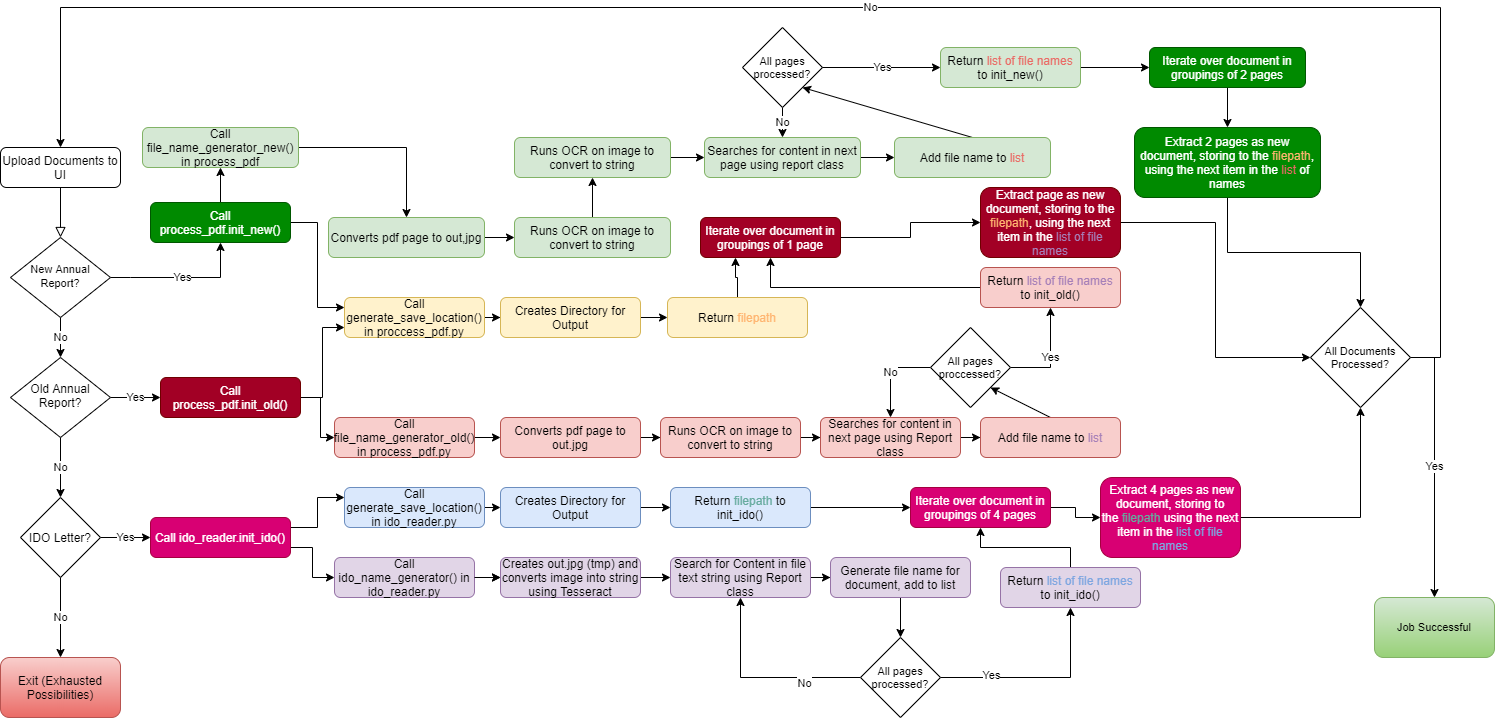
dgp3sy/pdf_app keeps this draw.io diagram as Flowchart.png. Above is the earlier version. Source tidied: cells renumbered, new cells last; positions are measured from the earlier drawing's top-left corner, leaving out a move shared by most shapes.
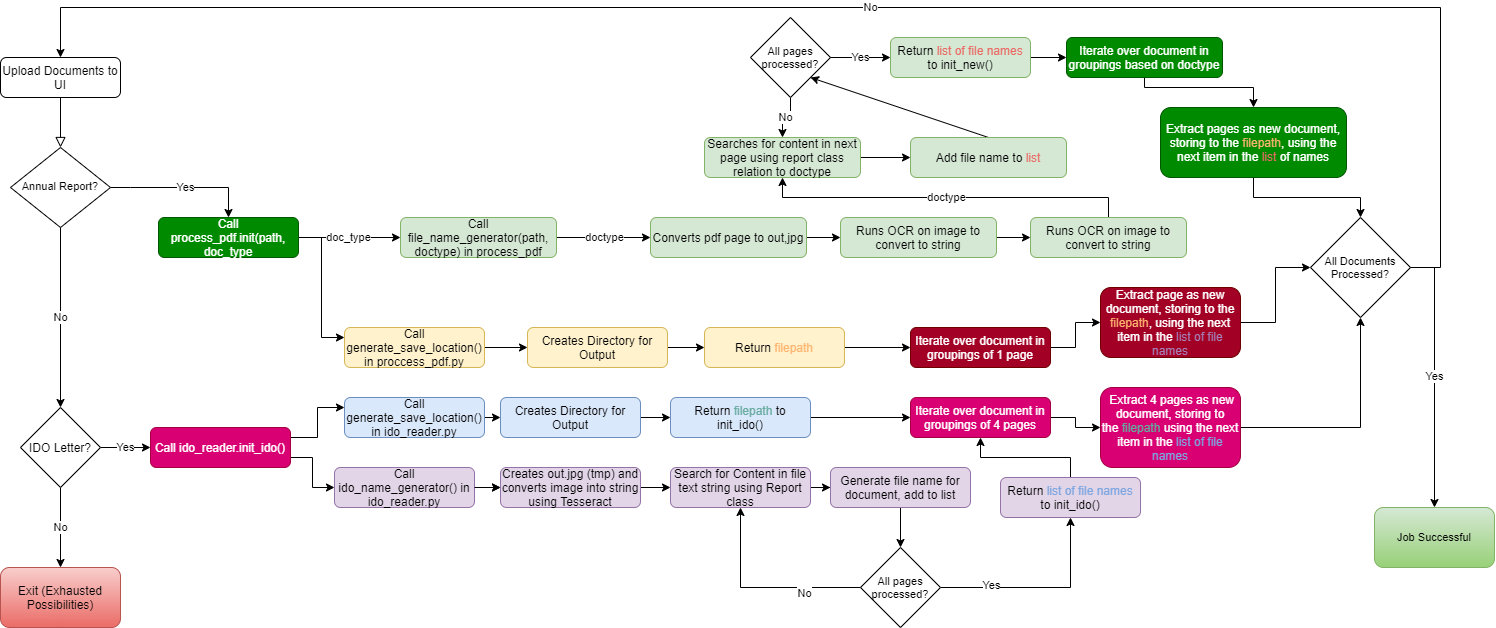
Above is the later version.

Change to the diagram source:
```diff
@@ -18,9 +18,9 @@
     </mxCell>
-    <mxCell id="5" value="No" style="edgeStyle=orthogonalEdgeStyle;rounded=0;jettySize=auto;html=1;" parent="1" edge="1" source="6" target="28">
+    <mxCell id="5" value="No" style="edgeStyle=orthogonalEdgeStyle;rounded=0;jettySize=auto;html=1;entryX=0.5;entryY=0;entryDx=0;entryDy=0;" parent="1" edge="1" source="6" target="48">
       <mxGeometry relative="1" as="geometry" />
     </mxCell>
-    <mxCell id="6" value="&lt;font style=&quot;font-size: 11px&quot;&gt;New Annual Report?&lt;/font&gt;" style="rhombus;whiteSpace=wrap;html=1;shadow=0;fontFamily=Helvetica;fontSize=12;align=center;strokeWidth=1;spacing=6;spacingTop=-4;" parent="1" vertex="1">
+    <mxCell id="6" value="&lt;font style=&quot;font-size: 11px&quot;&gt;Annual Report?&lt;/font&gt;" style="rhombus;whiteSpace=wrap;html=1;shadow=0;fontFamily=Helvetica;fontSize=12;align=center;strokeWidth=1;spacing=6;spacingTop=-4;" parent="1" vertex="1">
       <mxGeometry x="10" y="230" width="100" height="80" as="geometry" />
     </mxCell>
-    <mxCell id="7" style="edgeStyle=orthogonalEdgeStyle;rounded=0;jettySize=auto;html=1;fontSize=11;" parent="1" edge="1" source="9" target="11">
+    <mxCell id="7" value="doc_type" style="edgeStyle=orthogonalEdgeStyle;rounded=0;jettySize=auto;html=1;fontSize=11;exitX=1;exitY=0.5;exitDx=0;exitDy=0;" parent="1" edge="1" source="9" target="11">
       <mxGeometry relative="1" as="geometry" />
@@ -30,10 +30,10 @@
     </mxCell>
-    <mxCell id="9" value="Call process_pdf.init_new()" style="rounded=1;whiteSpace=wrap;html=1;fontSize=12;glass=0;strokeWidth=1;shadow=0;fillColor=#008a00;strokeColor=#005700;fontColor=#ffffff;" parent="1" vertex="1">
-      <mxGeometry x="150" y="195" width="140" height="40" as="geometry" />
+    <mxCell id="9" value="Call process_pdf.init(path, doc_type" style="rounded=1;whiteSpace=wrap;html=1;fontSize=12;glass=0;strokeWidth=1;shadow=0;fillColor=#008a00;strokeColor=#005700;fontColor=#ffffff;" parent="1" vertex="1">
+      <mxGeometry x="158" y="300" width="140" height="40" as="geometry" />
     </mxCell>
-    <mxCell id="10" style="edgeStyle=orthogonalEdgeStyle;rounded=0;jettySize=auto;html=1;fontSize=11;" parent="1" edge="1" source="11" target="13">
+    <mxCell id="10" value="doctype" style="edgeStyle=orthogonalEdgeStyle;rounded=0;jettySize=auto;html=1;fontSize=11;exitX=1;exitY=0.5;exitDx=0;exitDy=0;" parent="1" edge="1" source="11" target="13">
       <mxGeometry relative="1" as="geometry" />
     </mxCell>
-    <mxCell id="11" value="Call&lt;br&gt;file_name_generator_new() in process_pdf" style="rounded=1;whiteSpace=wrap;html=1;fontSize=12;glass=0;strokeWidth=1;shadow=0;fillColor=#d5e8d4;strokeColor=#82b366;" parent="1" vertex="1">
-      <mxGeometry x="142" y="120" width="156" height="40" as="geometry" />
+    <mxCell id="11" value="Call&lt;br&gt;file_name_generator(path, doctype) in process_pdf" style="rounded=1;whiteSpace=wrap;html=1;fontSize=12;glass=0;strokeWidth=1;shadow=0;fillColor=#d5e8d4;strokeColor=#82b366;" parent="1" vertex="1">
+      <mxGeometry x="400" y="300" width="156" height="40" as="geometry" />
     </mxCell>
@@ -43,5 +43,5 @@
     <mxCell id="13" value="Converts pdf page to out,jpg" style="rounded=1;whiteSpace=wrap;html=1;fontSize=12;glass=0;strokeWidth=1;shadow=0;fillColor=#d5e8d4;strokeColor=#82b366;" parent="1" vertex="1">
-      <mxGeometry x="328" y="210" width="156" height="40" as="geometry" />
+      <mxGeometry x="650" y="300" width="156" height="40" as="geometry" />
     </mxCell>
-    <mxCell id="14" style="edgeStyle=orthogonalEdgeStyle;rounded=0;jettySize=auto;html=1;fontSize=11;" parent="1" edge="1" source="15" target="17">
+    <mxCell id="14" style="edgeStyle=orthogonalEdgeStyle;rounded=0;jettySize=auto;html=1;fontSize=11;exitX=1;exitY=0.5;exitDx=0;exitDy=0;" parent="1" edge="1" source="15" target="17">
       <mxGeometry relative="1" as="geometry" />
@@ -49,5 +49,5 @@
     <mxCell id="15" value="Runs OCR on image to convert to string" style="rounded=1;whiteSpace=wrap;html=1;fontSize=12;glass=0;strokeWidth=1;shadow=0;fillColor=#d5e8d4;strokeColor=#82b366;" parent="1" vertex="1">
-      <mxGeometry x="514" y="210" width="156" height="40" as="geometry" />
+      <mxGeometry x="840" y="300" width="156" height="40" as="geometry" />
     </mxCell>
-    <mxCell id="16" style="edgeStyle=orthogonalEdgeStyle;rounded=0;jettySize=auto;html=1;fontSize=11;" parent="1" edge="1" source="17" target="19">
+    <mxCell id="16" value="doctype" style="edgeStyle=orthogonalEdgeStyle;rounded=0;jettySize=auto;html=1;fontSize=11;exitX=0.5;exitY=0;exitDx=0;exitDy=0;" parent="1" edge="1" source="17" target="19">
       <mxGeometry relative="1" as="geometry" />
@@ -55,3 +55,3 @@
     <mxCell id="17" value="Runs OCR on image to convert to string" style="rounded=1;whiteSpace=wrap;html=1;fontSize=12;glass=0;strokeWidth=1;shadow=0;fillColor=#d5e8d4;strokeColor=#82b366;" parent="1" vertex="1">
-      <mxGeometry x="514" y="130" width="156" height="40" as="geometry" />
+      <mxGeometry x="1030" y="300" width="156" height="40" as="geometry" />
     </mxCell>
@@ -60,4 +60,4 @@
     </mxCell>
-    <mxCell id="19" value="Searches for content in next page using report class" style="rounded=1;whiteSpace=wrap;html=1;fontSize=12;glass=0;strokeWidth=1;shadow=0;fillColor=#d5e8d4;strokeColor=#82b366;" parent="1" vertex="1">
-      <mxGeometry x="704" y="130" width="156" height="40" as="geometry" />
+    <mxCell id="19" value="Searches for content in next page using report class relation to doctype" style="rounded=1;whiteSpace=wrap;html=1;fontSize=12;glass=0;strokeWidth=1;shadow=0;fillColor=#d5e8d4;strokeColor=#82b366;" parent="1" vertex="1">
+      <mxGeometry x="704" y="220" width="156" height="40" as="geometry" />
     </mxCell>
@@ -67,9 +67,14 @@
     <mxCell id="21" value="Add file name to &lt;font color=&quot;#ea6b66&quot;&gt;list&lt;/font&gt;" style="rounded=1;whiteSpace=wrap;html=1;fontSize=12;glass=0;strokeWidth=1;shadow=0;fillColor=#d5e8d4;strokeColor=#82b366;" parent="1" vertex="1">
-      <mxGeometry x="894" y="130" width="156" height="40" as="geometry" />
+      <mxGeometry x="910" y="220" width="156" height="40" as="geometry" />
     </mxCell>
     <mxCell id="22" style="edgeStyle=orthogonalEdgeStyle;rounded=0;jettySize=auto;html=1;fontSize=11;" parent="1" edge="1" source="23" target="25">
-      <mxGeometry relative="1" as="geometry" />
+      <mxGeometry relative="1" as="geometry">
+        <Array as="points">
+          <mxPoint x="1144" y="170" />
+          <mxPoint x="1253" y="170" />
+        </Array>
+      </mxGeometry>
     </mxCell>
-    <mxCell id="23" value="Iterate over document in groupings of 2 pages" style="rounded=1;whiteSpace=wrap;html=1;fontSize=12;glass=0;strokeWidth=1;shadow=0;fillColor=#008a00;strokeColor=#005700;fontColor=#ffffff;" parent="1" vertex="1">
-      <mxGeometry x="1149" y="40" width="156" height="40" as="geometry" />
+    <mxCell id="23" value="Iterate over document in groupings based on doctype" style="rounded=1;whiteSpace=wrap;html=1;fontSize=12;glass=0;strokeWidth=1;shadow=0;fillColor=#008a00;strokeColor=#005700;fontColor=#ffffff;" parent="1" vertex="1">
+      <mxGeometry x="1066" y="120" width="156" height="40" as="geometry" />
     </mxCell>
@@ -78,20 +83,5 @@
     </mxCell>
-    <mxCell id="25" value="Extract 2 pages as new document, storing to the &lt;font color=&quot;#ffb570&quot;&gt;filepath&lt;/font&gt;, using the next item in the&lt;font color=&quot;#ea6b66&quot;&gt; list&lt;/font&gt; of names" style="rounded=1;whiteSpace=wrap;html=1;fontSize=12;glass=0;strokeWidth=1;shadow=0;fillColor=#008a00;strokeColor=#005700;fontColor=#ffffff;" parent="1" vertex="1">
-      <mxGeometry x="1134" y="120" width="186" height="70" as="geometry" />
+    <mxCell id="25" value="Extract pages as new document, storing to the &lt;font color=&quot;#ffb570&quot;&gt;filepath&lt;/font&gt;, using the next item in the&lt;font color=&quot;#ea6b66&quot;&gt; list&lt;/font&gt; of names" style="rounded=1;whiteSpace=wrap;html=1;fontSize=12;glass=0;strokeWidth=1;shadow=0;fillColor=#008a00;strokeColor=#005700;fontColor=#ffffff;" parent="1" vertex="1">
+      <mxGeometry x="1160" y="190" width="186" height="70" as="geometry" />
     </mxCell>
-    <mxCell id="26" value="No" style="edgeStyle=orthogonalEdgeStyle;rounded=0;jettySize=auto;html=1;" parent="1" edge="1" source="28">
-      <mxGeometry relative="1" as="geometry">
-        <mxPoint x="60" y="490" as="targetPoint" />
-        <Array as="points">
-          <mxPoint x="60" y="460" />
-          <mxPoint x="60" y="460" />
-        </Array>
-      </mxGeometry>
-    </mxCell>
-    <mxCell id="27" value="Yes" style="edgeStyle=orthogonalEdgeStyle;rounded=0;jettySize=auto;html=1;" parent="1" edge="1" source="28" target="52">
-      <mxGeometry relative="1" as="geometry" />
-    </mxCell>
-    <mxCell id="28" value="Old Annual Report?" style="rhombus;whiteSpace=wrap;html=1;shadow=0;fontFamily=Helvetica;fontSize=12;align=center;strokeWidth=1;spacing=6;spacingTop=-4;" parent="1" vertex="1">
-      <mxGeometry x="10" y="350" width="100" height="80" as="geometry" />
-    </mxCell>
     <mxCell id="29" style="edgeStyle=orthogonalEdgeStyle;rounded=0;jettySize=auto;html=1;exitX=1;exitY=0.25;exitDx=0;exitDy=0;entryX=0;entryY=0.25;entryDx=0;entryDy=0;" parent="1" edge="1" source="31" target="33">
@@ -168,47 +158,2 @@
     </mxCell>
-    <mxCell id="50" style="edgeStyle=orthogonalEdgeStyle;rounded=0;jettySize=auto;html=1;" parent="1" edge="1" source="52" target="54">
-      <mxGeometry relative="1" as="geometry" />
-    </mxCell>
-    <mxCell id="51" style="edgeStyle=orthogonalEdgeStyle;rounded=0;jettySize=auto;html=1;exitX=1;exitY=0.5;exitDx=0;exitDy=0;entryX=0;entryY=0.75;entryDx=0;entryDy=0;" parent="1" edge="1" source="52" target="70">
-      <mxGeometry relative="1" as="geometry" />
-    </mxCell>
-    <mxCell id="52" value="Call process_pdf.init_old()" style="rounded=1;whiteSpace=wrap;html=1;fontSize=12;glass=0;strokeWidth=1;shadow=0;fillColor=#a20025;strokeColor=#6F0000;fontColor=#ffffff;" parent="1" vertex="1">
-      <mxGeometry x="160" y="370" width="140" height="40" as="geometry" />
-    </mxCell>
-    <mxCell id="53" style="edgeStyle=orthogonalEdgeStyle;rounded=0;jettySize=auto;html=1;" parent="1" edge="1" source="54" target="56">
-      <mxGeometry relative="1" as="geometry" />
-    </mxCell>
-    <mxCell id="54" value="Call file_name_generator_old() in process_pdf.py" style="rounded=1;whiteSpace=wrap;html=1;fontSize=12;glass=0;strokeWidth=1;shadow=0;fillColor=#f8cecc;strokeColor=#b85450;" parent="1" vertex="1">
-      <mxGeometry x="334" y="410" width="140" height="40" as="geometry" />
-    </mxCell>
-    <mxCell id="55" style="edgeStyle=orthogonalEdgeStyle;rounded=0;jettySize=auto;html=1;" parent="1" edge="1" source="56" target="58">
-      <mxGeometry relative="1" as="geometry" />
-    </mxCell>
-    <mxCell id="56" value="Converts pdf page to out.jpg" style="rounded=1;whiteSpace=wrap;html=1;fontSize=12;glass=0;strokeWidth=1;shadow=0;fillColor=#f8cecc;strokeColor=#b85450;" parent="1" vertex="1">
-      <mxGeometry x="500" y="410" width="140" height="40" as="geometry" />
-    </mxCell>
-    <mxCell id="57" style="edgeStyle=orthogonalEdgeStyle;rounded=0;jettySize=auto;html=1;" parent="1" edge="1" source="58" target="60">
-      <mxGeometry relative="1" as="geometry" />
-    </mxCell>
-    <mxCell id="58" value="Runs OCR on image to convert to string" style="rounded=1;whiteSpace=wrap;html=1;fontSize=12;glass=0;strokeWidth=1;shadow=0;fillColor=#f8cecc;strokeColor=#b85450;" parent="1" vertex="1">
-      <mxGeometry x="660" y="410" width="140" height="40" as="geometry" />
-    </mxCell>
-    <mxCell id="59" style="edgeStyle=orthogonalEdgeStyle;rounded=0;jettySize=auto;html=1;" parent="1" edge="1" source="60" target="62">
-      <mxGeometry relative="1" as="geometry" />
-    </mxCell>
-    <mxCell id="60" value="Searches for content in next page using Report class" style="rounded=1;whiteSpace=wrap;html=1;fontSize=12;glass=0;strokeWidth=1;shadow=0;fillColor=#f8cecc;strokeColor=#b85450;" parent="1" vertex="1">
-      <mxGeometry x="820" y="410" width="140" height="40" as="geometry" />
-    </mxCell>
-    <mxCell id="61" style="rounded=0;jettySize=auto;html=1;exitX=0.5;exitY=0;exitDx=0;exitDy=0;entryX=1;entryY=1;entryDx=0;entryDy=0;fontSize=11;" parent="1" edge="1" source="62" target="89">
-      <mxGeometry relative="1" as="geometry" />
-    </mxCell>
-    <mxCell id="62" value="Add file name to &lt;font color=&quot;#a680b8&quot;&gt;list&lt;/font&gt;" style="rounded=1;whiteSpace=wrap;html=1;fontSize=12;glass=0;strokeWidth=1;shadow=0;fillColor=#f8cecc;strokeColor=#b85450;" parent="1" vertex="1">
-      <mxGeometry x="980" y="410" width="140" height="40" as="geometry" />
-    </mxCell>
-    <mxCell id="63" style="edgeStyle=orthogonalEdgeStyle;rounded=0;jettySize=auto;html=1;exitX=0;exitY=0.5;exitDx=0;exitDy=0;entryX=0.5;entryY=1;entryDx=0;entryDy=0;fontSize=11;" parent="1" edge="1" source="64" target="76">
-      <mxGeometry relative="1" as="geometry" />
-    </mxCell>
-    <mxCell id="64" value="Return &lt;font color=&quot;#a680b8&quot;&gt;list of file names &lt;/font&gt;to init_old()" style="rounded=1;whiteSpace=wrap;html=1;fontSize=12;glass=0;strokeWidth=1;shadow=0;fillColor=#f8cecc;strokeColor=#b85450;" parent="1" vertex="1">
-      <mxGeometry x="980" y="260" width="140" height="40" as="geometry" />
-    </mxCell>
     <mxCell id="65" style="edgeStyle=orthogonalEdgeStyle;rounded=0;jettySize=auto;html=1;" parent="1" edge="1" source="66" target="68">
@@ -229,3 +174,3 @@
     <mxCell id="70" value="Call generate_save_location() in proccess_pdf.py" style="rounded=1;whiteSpace=wrap;html=1;fillColor=#fff2cc;strokeColor=#d6b656;" parent="1" vertex="1">
-      <mxGeometry x="344" y="290" width="140" height="40" as="geometry" />
+      <mxGeometry x="344" y="410" width="140" height="40" as="geometry" />
     </mxCell>
@@ -235,5 +180,5 @@
     <mxCell id="72" value="Creates Directory for Output" style="rounded=1;whiteSpace=wrap;html=1;fillColor=#fff2cc;strokeColor=#d6b656;" parent="1" vertex="1">
-      <mxGeometry x="500" y="290" width="140" height="40" as="geometry" />
+      <mxGeometry x="527" y="410" width="140" height="40" as="geometry" />
     </mxCell>
-    <mxCell id="73" style="edgeStyle=orthogonalEdgeStyle;rounded=0;jettySize=auto;html=1;exitX=0.5;exitY=0;exitDx=0;exitDy=0;entryX=0.25;entryY=1;entryDx=0;entryDy=0;fontSize=11;" parent="1" edge="1" source="74" target="76">
+    <mxCell id="73" style="edgeStyle=orthogonalEdgeStyle;rounded=0;jettySize=auto;html=1;exitX=1;exitY=0.5;exitDx=0;exitDy=0;entryX=0;entryY=0.5;entryDx=0;entryDy=0;fontSize=11;" parent="1" edge="1" source="74" target="76">
       <mxGeometry relative="1" as="geometry" />
@@ -241,3 +186,3 @@
     <mxCell id="74" value="Return &lt;font color=&quot;#ffb570&quot;&gt;filepath&lt;/font&gt;" style="rounded=1;whiteSpace=wrap;html=1;fillColor=#fff2cc;strokeColor=#d6b656;" parent="1" vertex="1">
-      <mxGeometry x="667" y="290" width="140" height="40" as="geometry" />
+      <mxGeometry x="704" y="410" width="140" height="40" as="geometry" />
     </mxCell>
@@ -247,3 +192,3 @@
     <mxCell id="76" value="Iterate over document in groupings of 1 page" style="rounded=1;whiteSpace=wrap;html=1;fillColor=#a20025;strokeColor=#6F0000;fontColor=#ffffff;" parent="1" vertex="1">
-      <mxGeometry x="700" y="210" width="140" height="40" as="geometry" />
+      <mxGeometry x="910" y="410" width="140" height="40" as="geometry" />
     </mxCell>
@@ -253,3 +198,3 @@
     <mxCell id="78" value="Extract page as new document, storing to the &lt;font color=&quot;#ffb570&quot;&gt;filepath&lt;/font&gt;, using the next item in the &lt;font color=&quot;#a680b8&quot;&gt;list of file names&lt;/font&gt;" style="rounded=1;whiteSpace=wrap;html=1;fillColor=#a20025;strokeColor=#6F0000;fontColor=#ffffff;" parent="1" vertex="1">
-      <mxGeometry x="980" y="180" width="140" height="70" as="geometry" />
+      <mxGeometry x="1100" y="370" width="140" height="70" as="geometry" />
     </mxCell>
@@ -279,11 +224,2 @@
     </mxCell>
-    <mxCell id="87" value="No" style="edgeStyle=orthogonalEdgeStyle;rounded=0;jettySize=auto;html=1;exitX=0;exitY=0.5;exitDx=0;exitDy=0;entryX=0.5;entryY=0;entryDx=0;entryDy=0;fontSize=11;" parent="1" edge="1" source="89" target="60">
-      <mxGeometry relative="1" as="geometry" />
-    </mxCell>
-    <mxCell id="88" value="Yes" style="edgeStyle=orthogonalEdgeStyle;rounded=0;jettySize=auto;html=1;exitX=1;exitY=0.5;exitDx=0;exitDy=0;entryX=0.5;entryY=1;entryDx=0;entryDy=0;fontSize=11;" parent="1" edge="1" source="89" target="64">
-      <mxGeometry relative="1" as="geometry" />
-    </mxCell>
-    <mxCell id="89" value="All pages proccessed?" style="rhombus;whiteSpace=wrap;html=1;fontSize=11;" parent="1" vertex="1">
-      <mxGeometry x="930" y="320" width="80" height="80" as="geometry" />
-    </mxCell>
     <mxCell id="90" value="No" style="edgeStyle=orthogonalEdgeStyle;rounded=0;jettySize=auto;html=1;exitX=0.5;exitY=1;exitDx=0;exitDy=0;entryX=0.5;entryY=0;entryDx=0;entryDy=0;fontSize=11;" parent="1" edge="1" source="91" target="19">
@@ -292,8 +228,6 @@
     <mxCell id="91" value="All pages processed?" style="rhombus;whiteSpace=wrap;html=1;fontSize=11;" parent="1" vertex="1">
-      <mxGeometry x="742" y="20" width="80" height="80" as="geometry" />
+      <mxGeometry x="750" y="100" width="80" height="80" as="geometry" />
     </mxCell>
-    <mxCell id="92" value="Yes" style="edgeStyle=none;rounded=0;jettySize=auto;html=1;exitX=1;exitY=0.5;exitDx=0;exitDy=0;entryX=0;entryY=0.5;entryDx=0;entryDy=0;fontSize=11;" parent="1" edge="1" source="91">
-      <mxGeometry relative="1" as="geometry">
-        <mxPoint x="940" y="60" as="targetPoint" />
-      </mxGeometry>
+    <mxCell id="92" value="Yes" style="edgeStyle=none;rounded=0;jettySize=auto;html=1;exitX=1;exitY=0.5;exitDx=0;exitDy=0;entryX=0;entryY=0.5;entryDx=0;entryDy=0;fontSize=11;" parent="1" edge="1" source="91" target="94">
+      <mxGeometry relative="1" as="geometry" />
     </mxCell>
@@ -303,3 +237,3 @@
     <mxCell id="94" value="Return&lt;font color=&quot;#ffb570&quot;&gt; &lt;/font&gt;&lt;font color=&quot;#ea6b66&quot;&gt;list of file names&lt;/font&gt;&lt;font color=&quot;#a680b8&quot;&gt; &lt;/font&gt;to init_new()" style="rounded=1;whiteSpace=wrap;html=1;fontSize=12;glass=0;strokeWidth=1;shadow=0;fillColor=#d5e8d4;strokeColor=#82b366;" parent="1" vertex="1">
-      <mxGeometry x="940" y="40" width="140" height="40" as="geometry" />
+      <mxGeometry x="890" y="120" width="140" height="40" as="geometry" />
     </mxCell>
@@ -312,4 +246,4 @@
           <mxPoint x="1440" y="350" />
-          <mxPoint x="1440" />
-          <mxPoint x="60" />
+          <mxPoint x="1440" y="90" />
+          <mxPoint x="60" y="90" />
         </Array>
```
